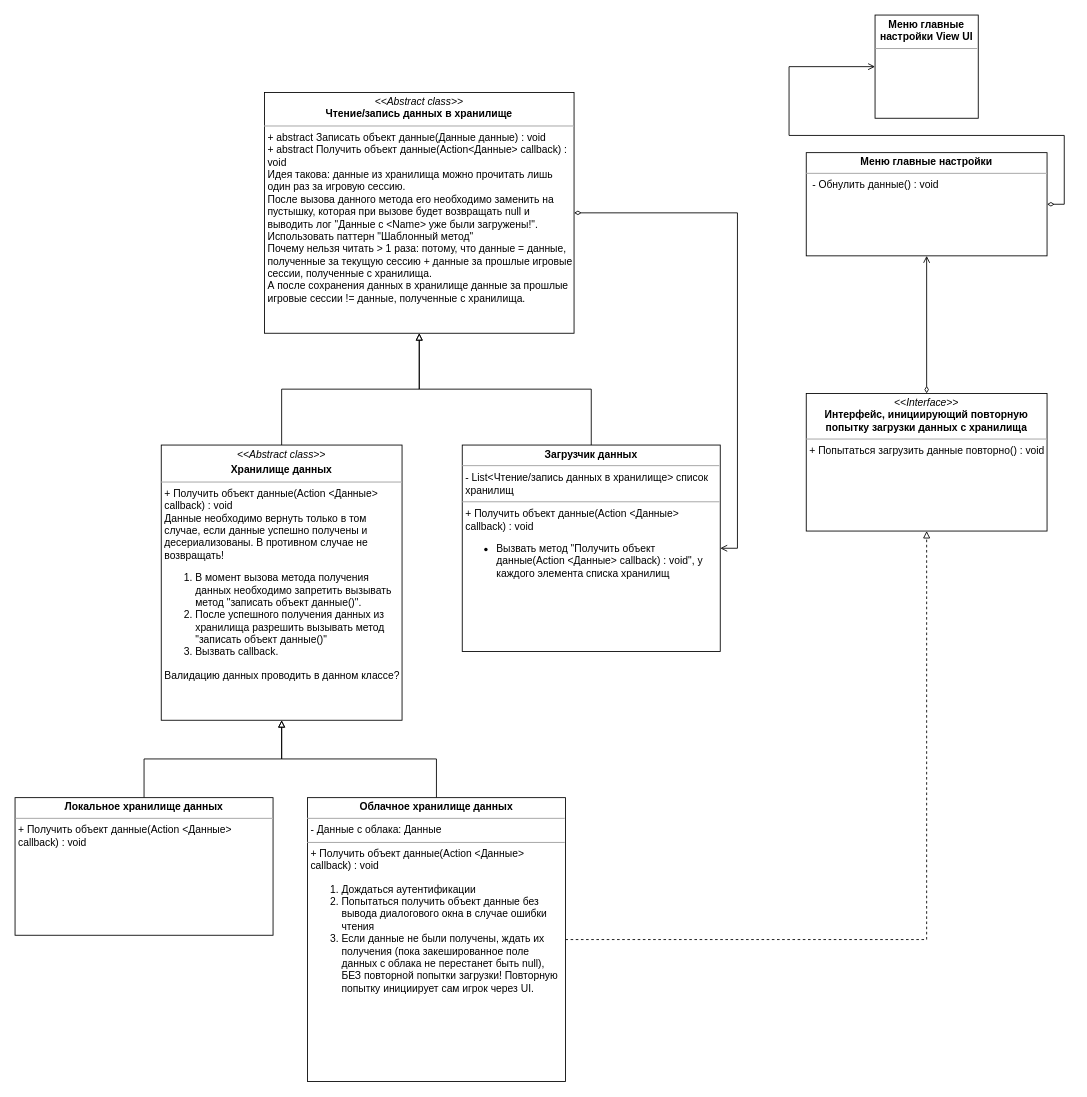
PurposeTo/JumpingDreamer keeps this draw.io diagram as Документация/Проектирование кода/Работа с данными/Загрузчик данных UML.drawio. Above is the earlier version. Source tidied: cells renumbered, new cells numbered last; positions are measured from the earlier drawing's top-left corner, leaving out a move shared by most shapes. Both pictures are drawn from the tidied source at 86%, with x=0, y=0 at pixel (15, 15).
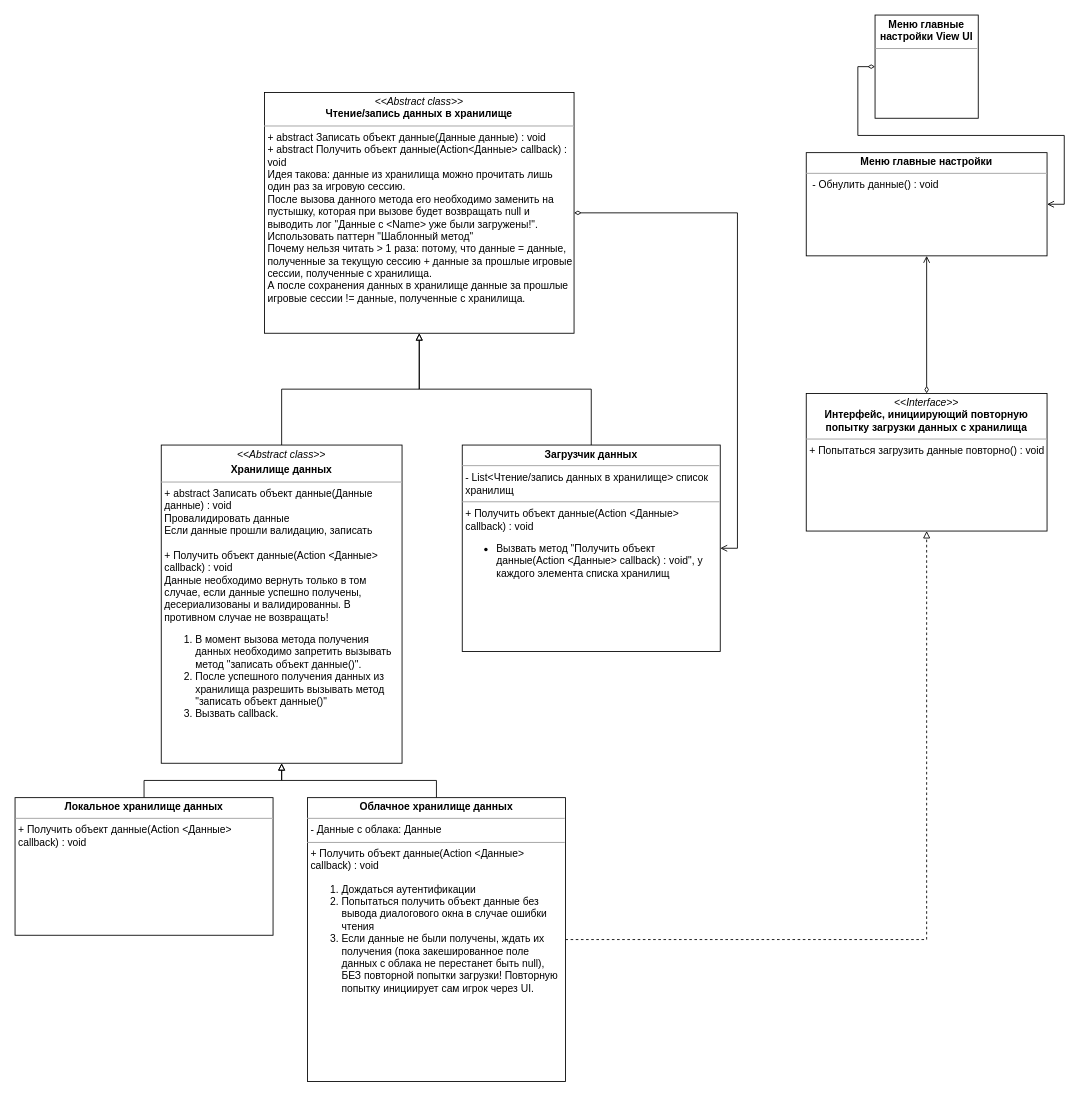
Above is the later version.

What changed in the source:
```diff
@@
 <mxGraphModel>
   <root>
     <mxCell id="0" />
     <mxCell id="1" parent="0" />
     <mxCell id="2" style="edgeStyle=orthogonalEdgeStyle;rounded=0;orthogonalLoop=1;jettySize=auto;html=1;exitX=0.5;exitY=0;exitDx=0;exitDy=0;entryX=0.5;entryY=1;entryDx=0;entryDy=0;startArrow=none;startFill=0;endArrow=block;endFill=0;fontSize=14;dashed=1;" parent="1" edge="1">
       <mxGeometry relative="1" as="geometry">
         <mxPoint x="370" y="1250" as="sourcePoint" />
       </mxGeometry>
     </mxCell>
     <mxCell id="3" style="edgeStyle=orthogonalEdgeStyle;rounded=0;jettySize=auto;html=1;exitX=1;exitY=0.5;exitDx=0;exitDy=0;entryX=1;entryY=0.5;entryDx=0;entryDy=0;endArrow=open;endFill=0;startArrow=diamondThin;startFill=0;" parent="1" edge="1" source="13" target="11">
       <mxGeometry relative="1" as="geometry" />
     </mxCell>
     <mxCell id="4" style="edgeStyle=orthogonalEdgeStyle;rounded=0;jettySize=auto;html=1;exitX=0.5;exitY=0;exitDx=0;exitDy=0;startArrow=none;startFill=0;endArrow=block;endFill=0;fontSize=14;entryX=0.5;entryY=1;entryDx=0;entryDy=0;" parent="1" edge="1" source="5" target="13">
       <mxGeometry relative="1" as="geometry" />
     </mxCell>
-    <mxCell id="5" value="&lt;p style=&quot;margin: 0px ; margin-top: 4px ; text-align: center&quot;&gt;&lt;i&gt;&amp;lt;&amp;lt;Abstract class&amp;gt;&amp;gt;&lt;/i&gt;&lt;b&gt;&lt;br&gt;&lt;/b&gt;&lt;/p&gt;&lt;p style=&quot;margin: 0px ; margin-top: 4px ; text-align: center&quot;&gt;&lt;b&gt;Хранилище данных&lt;/b&gt;&lt;/p&gt;&lt;hr size=&quot;1&quot;&gt;&lt;p style=&quot;margin: 0px ; margin-left: 4px&quot;&gt;+ Получить объект данные(Action &amp;lt;Данные&amp;gt; callback) : void&lt;br&gt;&lt;/p&gt;&lt;p style=&quot;margin: 0px ; margin-left: 4px&quot;&gt;Данные необходимо вернуть только в том случае, если данные успешно получены и десериализованы. В противном случае не возвращать!&lt;/p&gt;&lt;ol&gt;&lt;li&gt;В момент вызова метода получения данных необходимо запретить вызывать метод &quot;записать объект данные()&quot;.&lt;/li&gt;&lt;li&gt;После успешного получения данных из хранилища разрешить вызывать метод &quot;записать объект данные()&quot;&lt;/li&gt;&lt;li&gt;Вызвать callback.&lt;/li&gt;&lt;/ol&gt;&lt;div&gt;&lt;p style=&quot;margin: 0px 0px 0px 4px&quot;&gt;Валидацию данных проводить в данном классе?&lt;/p&gt;&lt;/div&gt;&lt;p&gt;&lt;/p&gt;" style="verticalAlign=top;align=left;overflow=fill;fontSize=12;fontFamily=Helvetica;html=1;whiteSpace=wrap;rounded=0;glass=0;shadow=0;sketch=0;spacingLeft=0;spacing=0;" parent="1" vertex="1">
-      <mxGeometry x="170" y="500" width="280" height="320" as="geometry" />
+    <mxCell id="5" value="&lt;p style=&quot;margin: 0px ; margin-top: 4px ; text-align: center&quot;&gt;&lt;i&gt;&amp;lt;&amp;lt;Abstract class&amp;gt;&amp;gt;&lt;/i&gt;&lt;b&gt;&lt;br&gt;&lt;/b&gt;&lt;/p&gt;&lt;p style=&quot;margin: 0px ; margin-top: 4px ; text-align: center&quot;&gt;&lt;b&gt;Хранилище данных&lt;/b&gt;&lt;/p&gt;&lt;hr size=&quot;1&quot;&gt;&lt;p style=&quot;margin: 0px ; margin-left: 4px&quot;&gt;+ abstract&amp;nbsp;Записать объект данные(Данные данные) : void&lt;br&gt;&lt;/p&gt;&lt;p style=&quot;margin: 0px ; margin-left: 4px&quot;&gt;Провалидировать данные&lt;/p&gt;&lt;p style=&quot;margin: 0px ; margin-left: 4px&quot;&gt;Если данные прошли валидацию, записать&lt;/p&gt;&lt;p style=&quot;margin: 0px ; margin-left: 4px&quot;&gt;&lt;br&gt;&lt;/p&gt;&lt;p style=&quot;margin: 0px ; margin-left: 4px&quot;&gt;+ Получить объект данные(Action &amp;lt;Данные&amp;gt; callback) : void&lt;br&gt;&lt;/p&gt;&lt;p style=&quot;margin: 0px ; margin-left: 4px&quot;&gt;Данные необходимо вернуть только в том случае, если данные успешно получены, десериализованы и валидированны. В противном случае не возвращать!&lt;/p&gt;&lt;ol&gt;&lt;li&gt;В момент вызова метода получения данных необходимо запретить вызывать метод &quot;записать объект данные()&quot;.&lt;/li&gt;&lt;li&gt;После успешного получения данных из хранилища разрешить вызывать метод &quot;записать объект данные()&quot;&lt;/li&gt;&lt;li&gt;Вызвать callback.&lt;/li&gt;&lt;/ol&gt;&lt;p&gt;&lt;/p&gt;" style="verticalAlign=top;align=left;overflow=fill;fontSize=12;fontFamily=Helvetica;html=1;whiteSpace=wrap;rounded=0;glass=0;shadow=0;sketch=0;spacingLeft=0;spacing=0;" parent="1" vertex="1">
+      <mxGeometry x="170" y="500" width="280" height="370" as="geometry" />
     </mxCell>
     <mxCell id="6" style="edgeStyle=orthogonalEdgeStyle;rounded=0;jettySize=auto;html=1;exitX=0.5;exitY=0;exitDx=0;exitDy=0;entryX=0.5;entryY=1;entryDx=0;entryDy=0;endArrow=block;endFill=0;" parent="1" edge="1" source="8" target="5">
       <mxGeometry relative="1" as="geometry" />
     </mxCell>
     <mxCell id="7" style="edgeStyle=orthogonalEdgeStyle;rounded=0;jettySize=auto;html=1;exitX=1;exitY=0.5;exitDx=0;exitDy=0;entryX=0.5;entryY=1;entryDx=0;entryDy=0;dashed=1;endArrow=block;endFill=0;" parent="1" edge="1" source="8" target="14">
       <mxGeometry relative="1" as="geometry" />
     </mxCell>
     <mxCell id="8" value="&lt;p style=&quot;margin: 4px 0px 0px ; text-align: center&quot;&gt;&lt;b&gt;Облачное хранилище данных&lt;/b&gt;&lt;/p&gt;&lt;hr size=&quot;1&quot;&gt;&lt;p style=&quot;margin: 0px 0px 0px 4px&quot;&gt;- Данные с облака: Данные&lt;/p&gt;&lt;hr size=&quot;1&quot;&gt;&lt;p style=&quot;margin: 0px 0px 0px 4px&quot;&gt;+ Получить объект данные(Action &amp;lt;Данные&amp;gt; callback) : void&lt;/p&gt;&lt;p style=&quot;margin: 0px 0px 0px 4px&quot;&gt;&lt;/p&gt;&lt;ol&gt;&lt;li&gt;Дождаться аутентификации&lt;/li&gt;&lt;li&gt;Попытаться получить объект данные без вывода диалогового окна в случае ошибки чтения&lt;/li&gt;&lt;li&gt;Если данные не были получены, ждать их получения (пока закешированное поле данных с облака не перестанет быть null), БЕЗ повторной попытки загрузки! Повторную попытку инициирует сам игрок через UI.&lt;/li&gt;&lt;/ol&gt;&lt;p&gt;&lt;/p&gt;" style="verticalAlign=top;align=left;overflow=fill;fontSize=12;fontFamily=Helvetica;html=1;whiteSpace=wrap;" parent="1" vertex="1">
       <mxGeometry x="340" y="910" width="300" height="330" as="geometry" />
     </mxCell>
     <mxCell id="9" style="edgeStyle=orthogonalEdgeStyle;rounded=0;jettySize=auto;html=1;exitX=0.5;exitY=0;exitDx=0;exitDy=0;entryX=0.5;entryY=1;entryDx=0;entryDy=0;endArrow=block;endFill=0;" parent="1" edge="1" source="10" target="5">
       <mxGeometry relative="1" as="geometry" />
     </mxCell>
     <mxCell id="10" value="&lt;p style=&quot;margin: 0px ; margin-top: 4px ; text-align: center&quot;&gt;&lt;b&gt;Локальное хранилище данных&lt;/b&gt;&lt;/p&gt;&lt;hr size=&quot;1&quot;&gt;&lt;p style=&quot;margin: 0px ; margin-left: 4px&quot;&gt;+ Получить объект данные(Action &amp;lt;Данные&amp;gt; callback) : void&lt;br&gt;&lt;/p&gt;&lt;p style=&quot;margin: 0px ; margin-left: 4px&quot;&gt;&lt;br&gt;&lt;/p&gt;&lt;p&gt;&lt;/p&gt;" style="verticalAlign=top;align=left;overflow=fill;fontSize=12;fontFamily=Helvetica;html=1;whiteSpace=wrap;" parent="1" vertex="1">
       <mxGeometry y="910" width="300" height="160" as="geometry" />
     </mxCell>
     <mxCell id="11" value="&lt;p style=&quot;margin: 0px ; margin-top: 4px ; text-align: center&quot;&gt;&lt;b&gt;Загрузчик данных&lt;/b&gt;&lt;/p&gt;&lt;hr size=&quot;1&quot;&gt;&lt;p style=&quot;margin: 0px ; margin-left: 4px&quot;&gt;- List&amp;lt;Чтение/запись данных в хранилище&amp;gt; список хранилищ&lt;/p&gt;&lt;hr size=&quot;1&quot;&gt;&lt;p style=&quot;margin: 0px 0px 0px 4px&quot;&gt;+ Получить объект данные(Action &amp;lt;Данные&amp;gt; callback) : void&lt;/p&gt;&lt;ul&gt;&lt;li&gt;&lt;span&gt;Вызвать метод &quot;Получить объект данные(Action &amp;lt;Данные&amp;gt; callback) : void&quot;, у каждого элемента списка хранилищ&lt;/span&gt;&lt;/li&gt;&lt;/ul&gt;&lt;p&gt;&lt;/p&gt;" style="verticalAlign=top;align=left;overflow=fill;fontSize=12;fontFamily=Helvetica;html=1;whiteSpace=wrap;" parent="1" vertex="1">
       <mxGeometry x="520" y="500" width="300" height="240" as="geometry" />
     </mxCell>
     <mxCell id="12" style="edgeStyle=orthogonalEdgeStyle;rounded=0;jettySize=auto;html=1;exitX=0.5;exitY=0;exitDx=0;exitDy=0;entryX=0.5;entryY=1;entryDx=0;entryDy=0;startArrow=none;startFill=0;endArrow=block;endFill=0;fontSize=14;" parent="1" edge="1" source="11" target="13">
       <mxGeometry relative="1" as="geometry" />
     </mxCell>
     <mxCell id="13" value="&lt;p style=&quot;margin: 0px ; margin-top: 4px ; text-align: center&quot;&gt;&lt;i&gt;&amp;lt;&amp;lt;&lt;/i&gt;&lt;i&gt;Abstract class&lt;/i&gt;&lt;i&gt;&amp;gt;&amp;gt;&lt;/i&gt;&lt;br&gt;&lt;b&gt;Чтение/запись данных в хранилище&lt;/b&gt;&lt;/p&gt;&lt;hr size=&quot;1&quot;&gt;&lt;p style=&quot;margin: 0px ; margin-left: 4px&quot;&gt;+ abstract&amp;nbsp;&lt;span&gt;Записать объект данные(Данные данные) : void&lt;/span&gt;&lt;br&gt;+ abstract Получить объект данные(Action&amp;lt;Данные&amp;gt; callback) : void&lt;/p&gt;&lt;p style=&quot;margin: 0px ; margin-left: 4px&quot;&gt;Идея такова: данные из хранилища можно прочитать лишь один раз за игровую сессию.&lt;/p&gt;&lt;p style=&quot;margin: 0px ; margin-left: 4px&quot;&gt;После вызова данного метода его необходимо заменить на пустышку, которая при вызове будет возвращать null и выводить лог &quot;Данные с &amp;lt;Name&amp;gt; уже были загружены!&quot;. Использовать паттерн &quot;Шаблонный метод&quot;&lt;/p&gt;&lt;p style=&quot;margin: 0px ; margin-left: 4px&quot;&gt;Почему нельзя читать &amp;gt; 1 раза: потому, что данные = данные, полученные за текущую сессию + данные за прошлые игровые сессии, полученные с хранилища.&lt;/p&gt;&lt;p style=&quot;margin: 0px ; margin-left: 4px&quot;&gt;А после сохранения данных в хранилище данные за прошлые игровые сессии != данные, полученные с хранилища.&lt;/p&gt;" style="verticalAlign=top;align=left;overflow=fill;fontSize=12;fontFamily=Helvetica;html=1;whiteSpace=wrap;" parent="1" vertex="1">
       <mxGeometry x="290" y="90" width="360" height="280" as="geometry" />
     </mxCell>
     <mxCell id="14" value="&lt;p style=&quot;margin: 0px ; margin-top: 4px ; text-align: center&quot;&gt;&lt;i&gt;&amp;lt;&amp;lt;Interface&amp;gt;&amp;gt;&lt;/i&gt;&lt;br&gt;&lt;b&gt;Интерфейс, инициирующий повторную попытку загрузки данных с хранилища&lt;/b&gt;&lt;/p&gt;&lt;hr size=&quot;1&quot;&gt;&lt;p style=&quot;margin: 0px ; margin-left: 4px&quot;&gt;+ Попытаться загрузить данные повторно() : void&lt;/p&gt;" style="verticalAlign=top;align=left;overflow=fill;fontSize=12;fontFamily=Helvetica;html=1;whiteSpace=wrap;" parent="1" vertex="1">
       <mxGeometry x="920" y="440" width="280" height="160" as="geometry" />
     </mxCell>
     <mxCell id="15" value="&lt;p style=&quot;margin: 0px ; margin-top: 4px ; text-align: center&quot;&gt;&lt;b&gt;Меню главные настройки View UI&lt;/b&gt;&lt;/p&gt;&lt;hr size=&quot;1&quot;&gt;&lt;div style=&quot;height: 2px&quot;&gt;&lt;br&gt;&lt;/div&gt;" style="verticalAlign=top;align=left;overflow=fill;fontSize=12;fontFamily=Helvetica;html=1;whiteSpace=wrap;" parent="1" vertex="1">
       <mxGeometry x="1000" width="120" height="120" as="geometry" />
     </mxCell>
-    <mxCell id="16" style="edgeStyle=orthogonalEdgeStyle;rounded=0;jettySize=auto;html=1;exitX=1;exitY=0.5;exitDx=0;exitDy=0;entryX=0;entryY=0.5;entryDx=0;entryDy=0;startArrow=diamondThin;startFill=0;endArrow=open;endFill=0;" parent="1" edge="1" source="17" target="15">
+    <mxCell id="16" style="edgeStyle=orthogonalEdgeStyle;rounded=0;jettySize=auto;html=1;exitX=0;exitY=0.5;exitDx=0;exitDy=0;startArrow=diamondThin;startFill=0;endArrow=open;endFill=0;entryX=1;entryY=0.5;entryDx=0;entryDy=0;" parent="1" edge="1" source="15" target="17">
       <mxGeometry relative="1" as="geometry" />
     </mxCell>
     <mxCell id="17" value="&lt;p style=&quot;margin: 0px ; margin-top: 4px ; text-align: center&quot;&gt;&lt;b&gt;Меню главные настройки&lt;/b&gt;&lt;/p&gt;&lt;hr size=&quot;1&quot;&gt;&lt;p style=&quot;margin: 0px ; margin-left: 4px&quot;&gt;&lt;span&gt;&amp;nbsp;- Обнулить данные() : void&lt;/span&gt;&lt;br&gt;&lt;/p&gt;" style="verticalAlign=top;align=left;overflow=fill;fontSize=12;fontFamily=Helvetica;html=1;whiteSpace=wrap;" parent="1" vertex="1">
       <mxGeometry x="920" y="160" width="280" height="120" as="geometry" />
     </mxCell>
     <mxCell id="18" style="edgeStyle=orthogonalEdgeStyle;rounded=0;jettySize=auto;html=1;exitX=0.5;exitY=0;exitDx=0;exitDy=0;entryX=0.5;entryY=1;entryDx=0;entryDy=0;startArrow=diamondThin;startFill=0;endArrow=open;endFill=0;" parent="1" edge="1" source="14" target="17">
       <mxGeometry relative="1" as="geometry" />
     </mxCell>
   </root>
 </mxGraphModel>
```
